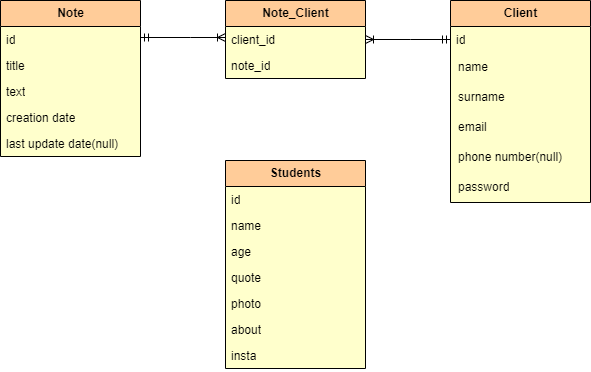
The draw.io diagram docs/Database_er_model.png in VitaBrrevis/NodeJs-4sem, before a commit. Source tidied: cells renumbered, new cells last; positions are measured from the earlier drawing's top-left corner, leaving out a move shared by most shapes. Source of this version:
```xml
<mxGraphModel>
  <root>
    <mxCell id="0" />
    <mxCell id="1" parent="0" />
    <mxCell id="2" style="edgeStyle=orthogonalEdgeStyle;rounded=0;jettySize=auto;html=1;endArrow=ERoneToMany;endFill=0;startArrow=ERmandOne;startFill=0;" parent="1" edge="1" source="3" target="16">
      <mxGeometry relative="1" as="geometry">
        <Array as="points">
          <mxPoint x="410" y="39" />
          <mxPoint x="410" y="39" />
        </Array>
      </mxGeometry>
    </mxCell>
    <mxCell id="3" value="Client" style="swimlane;fontStyle=1;horizontal=1;startSize=26;fillColor=#FFCC99;html=1;gradientColor=none;swimlaneFillColor=#FFFFCC;" parent="1" vertex="1">
      <mxGeometry x="450" width="140" height="202" as="geometry" />
    </mxCell>
    <mxCell id="4" value="id" style="text;strokeColor=none;fillColor=none;align=left;verticalAlign=top;spacingLeft=4;spacingRight=4;overflow=hidden;whiteSpace=wrap;html=1;" parent="3" vertex="1">
      <mxGeometry y="26" width="140" height="26" as="geometry" />
    </mxCell>
    <mxCell id="5" value="name" style="shape=partialRectangle;fillColor=none;top=0;left=0;bottom=0;right=0;align=left;spacingLeft=6;overflow=hidden;whiteSpace=wrap;html=1;" parent="3" vertex="1">
      <mxGeometry y="52" width="140" height="30" as="geometry" />
    </mxCell>
    <mxCell id="6" value="surname" style="shape=partialRectangle;fillColor=none;top=0;left=0;bottom=0;right=0;align=left;spacingLeft=6;overflow=hidden;whiteSpace=wrap;html=1;" parent="3" vertex="1">
      <mxGeometry y="82" width="140" height="30" as="geometry" />
    </mxCell>
    <mxCell id="7" value="email" style="shape=partialRectangle;fillColor=none;top=0;left=0;bottom=0;right=0;align=left;spacingLeft=6;overflow=hidden;whiteSpace=wrap;html=1;" parent="3" vertex="1">
      <mxGeometry y="112" width="140" height="30" as="geometry" />
    </mxCell>
    <mxCell id="8" value="phone number(null)" style="shape=partialRectangle;fillColor=none;top=0;left=0;bottom=0;right=0;align=left;spacingLeft=6;overflow=hidden;whiteSpace=wrap;html=1;" parent="3" vertex="1">
      <mxGeometry y="142" width="140" height="30" as="geometry" />
    </mxCell>
    <mxCell id="9" value="password" style="shape=partialRectangle;fillColor=none;top=0;left=0;bottom=0;right=0;align=left;spacingLeft=6;overflow=hidden;whiteSpace=wrap;html=1;" parent="3" vertex="1">
      <mxGeometry y="172" width="140" height="30" as="geometry" />
    </mxCell>
    <mxCell id="10" value="Note" style="swimlane;fontStyle=1;horizontal=1;startSize=26;fillColor=#FFCC99;html=1;gradientColor=none;swimlaneFillColor=#FFFFCC;" parent="1" vertex="1">
      <mxGeometry width="140" height="156" as="geometry" />
    </mxCell>
    <mxCell id="11" value="id" style="text;strokeColor=none;fillColor=none;align=left;verticalAlign=top;spacingLeft=4;spacingRight=4;overflow=hidden;whiteSpace=wrap;html=1;" parent="10" vertex="1">
      <mxGeometry y="26" width="140" height="26" as="geometry" />
    </mxCell>
    <mxCell id="12" value="title" style="text;strokeColor=none;fillColor=none;align=left;verticalAlign=top;spacingLeft=4;spacingRight=4;overflow=hidden;whiteSpace=wrap;html=1;" parent="10" vertex="1">
      <mxGeometry y="52" width="140" height="26" as="geometry" />
    </mxCell>
    <mxCell id="13" value="text" style="text;strokeColor=none;fillColor=none;align=left;verticalAlign=top;spacingLeft=4;spacingRight=4;overflow=hidden;whiteSpace=wrap;html=1;" parent="10" vertex="1">
      <mxGeometry y="78" width="140" height="26" as="geometry" />
    </mxCell>
    <mxCell id="14" value="creation date" style="text;strokeColor=none;fillColor=none;align=left;verticalAlign=top;spacingLeft=4;spacingRight=4;overflow=hidden;whiteSpace=wrap;html=1;" parent="10" vertex="1">
      <mxGeometry y="104" width="140" height="26" as="geometry" />
    </mxCell>
    <mxCell id="15" value="last update date(null)" style="text;strokeColor=none;fillColor=none;align=left;verticalAlign=top;spacingLeft=4;spacingRight=4;overflow=hidden;whiteSpace=wrap;html=1;" parent="10" vertex="1">
      <mxGeometry y="130" width="140" height="26" as="geometry" />
    </mxCell>
    <mxCell id="16" value="Note_Client" style="swimlane;fontStyle=1;horizontal=1;startSize=26;fillColor=#FFCC99;html=1;gradientColor=none;swimlaneFillColor=#FFFFCC;" parent="1" vertex="1">
      <mxGeometry x="225" width="140" height="78" as="geometry" />
    </mxCell>
    <mxCell id="17" value="client_id" style="text;strokeColor=none;fillColor=none;align=left;verticalAlign=top;spacingLeft=4;spacingRight=4;overflow=hidden;whiteSpace=wrap;html=1;" parent="16" vertex="1">
      <mxGeometry y="26" width="140" height="26" as="geometry" />
    </mxCell>
    <mxCell id="18" value="note_id" style="text;strokeColor=none;fillColor=none;align=left;verticalAlign=top;spacingLeft=4;spacingRight=4;overflow=hidden;whiteSpace=wrap;html=1;" parent="16" vertex="1">
      <mxGeometry y="52" width="140" height="26" as="geometry" />
    </mxCell>
    <mxCell id="19" style="edgeStyle=orthogonalEdgeStyle;rounded=0;jettySize=auto;html=1;endArrow=ERoneToMany;endFill=0;startArrow=ERmandOne;startFill=0;" parent="1" edge="1" source="10" target="16">
      <mxGeometry relative="1" as="geometry">
        <Array as="points">
          <mxPoint x="190" y="37" />
          <mxPoint x="190" y="37" />
        </Array>
      </mxGeometry>
    </mxCell>
    <mxCell id="20" value="Students" style="swimlane;fontStyle=1;horizontal=1;startSize=26;fillColor=#FFCC99;html=1;gradientColor=none;swimlaneFillColor=#FFFFCC;" parent="1" vertex="1">
      <mxGeometry x="225" y="160" width="140" height="208" as="geometry" />
    </mxCell>
    <mxCell id="21" value="id" style="text;strokeColor=none;fillColor=none;align=left;verticalAlign=top;spacingLeft=4;spacingRight=4;overflow=hidden;whiteSpace=wrap;html=1;" parent="20" vertex="1">
      <mxGeometry y="26" width="140" height="26" as="geometry" />
    </mxCell>
    <mxCell id="22" value="name" style="text;strokeColor=none;fillColor=none;align=left;verticalAlign=top;spacingLeft=4;spacingRight=4;overflow=hidden;whiteSpace=wrap;html=1;" parent="20" vertex="1">
      <mxGeometry y="52" width="140" height="26" as="geometry" />
    </mxCell>
    <mxCell id="23" value="age" style="text;strokeColor=none;fillColor=none;align=left;verticalAlign=top;spacingLeft=4;spacingRight=4;overflow=hidden;whiteSpace=wrap;html=1;" parent="20" vertex="1">
      <mxGeometry y="78" width="140" height="26" as="geometry" />
    </mxCell>
    <mxCell id="24" value="quote" style="text;strokeColor=none;fillColor=none;align=left;verticalAlign=top;spacingLeft=4;spacingRight=4;overflow=hidden;whiteSpace=wrap;html=1;" parent="20" vertex="1">
      <mxGeometry y="104" width="140" height="26" as="geometry" />
    </mxCell>
    <mxCell id="25" value="photo" style="text;strokeColor=none;fillColor=none;align=left;verticalAlign=top;spacingLeft=4;spacingRight=4;overflow=hidden;whiteSpace=wrap;html=1;" parent="20" vertex="1">
      <mxGeometry y="130" width="140" height="26" as="geometry" />
    </mxCell>
    <mxCell id="26" value="about" style="text;strokeColor=none;fillColor=none;align=left;verticalAlign=top;spacingLeft=4;spacingRight=4;overflow=hidden;whiteSpace=wrap;html=1;" parent="20" vertex="1">
      <mxGeometry y="156" width="140" height="26" as="geometry" />
    </mxCell>
    <mxCell id="27" value="insta" style="text;strokeColor=none;fillColor=none;align=left;verticalAlign=top;spacingLeft=4;spacingRight=4;overflow=hidden;whiteSpace=wrap;html=1;" parent="20" vertex="1">
      <mxGeometry y="182" width="140" height="26" as="geometry" />
    </mxCell>
  </root>
</mxGraphModel>
```
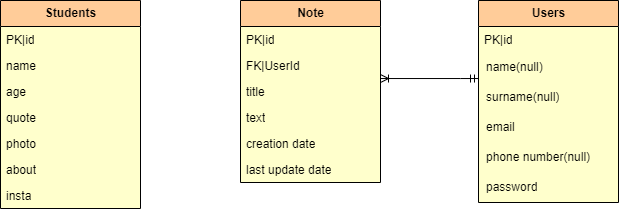
After the commit.

Commit message:
ORM implemented. Database connected.

What changed in the source:
```diff
@@ -2,24 +2,24 @@
   <root>
     <mxCell id="0" />
     <mxCell id="1" parent="0" />
-    <mxCell id="2" style="edgeStyle=orthogonalEdgeStyle;rounded=0;jettySize=auto;html=1;endArrow=ERoneToMany;endFill=0;startArrow=ERmandOne;startFill=0;" parent="1" edge="1" source="3" target="16">
+    <mxCell id="2" style="edgeStyle=orthogonalEdgeStyle;rounded=0;jettySize=auto;html=1;endArrow=ERoneToMany;endFill=0;startArrow=ERmandOne;startFill=0;" parent="1" edge="1" source="3" target="10">
       <mxGeometry relative="1" as="geometry">
         <Array as="points">
-          <mxPoint x="410" y="39" />
-          <mxPoint x="410" y="39" />
+          <mxPoint x="432" y="101" />
+          <mxPoint x="432" y="101" />
         </Array>
       </mxGeometry>
     </mxCell>
-    <mxCell id="3" value="Client" style="swimlane;fontStyle=1;horizontal=1;startSize=26;fillColor=#FFCC99;html=1;gradientColor=none;swimlaneFillColor=#FFFFCC;" parent="1" vertex="1">
-      <mxGeometry x="450" width="140" height="202" as="geometry" />
+    <mxCell id="3" value="Users" style="swimlane;fontStyle=1;horizontal=1;startSize=26;fillColor=#FFCC99;html=1;gradientColor=none;swimlaneFillColor=#FFFFCC;" parent="1" vertex="1">
+      <mxGeometry x="450" y="23" width="140" height="202" as="geometry" />
     </mxCell>
-    <mxCell id="4" value="id" style="text;strokeColor=none;fillColor=none;align=left;verticalAlign=top;spacingLeft=4;spacingRight=4;overflow=hidden;whiteSpace=wrap;html=1;" parent="3" vertex="1">
+    <mxCell id="4" value="PK|id" style="text;strokeColor=none;fillColor=none;align=left;verticalAlign=top;spacingLeft=4;spacingRight=4;overflow=hidden;whiteSpace=wrap;html=1;" parent="3" vertex="1">
       <mxGeometry y="26" width="140" height="26" as="geometry" />
     </mxCell>
-    <mxCell id="5" value="name" style="shape=partialRectangle;fillColor=none;top=0;left=0;bottom=0;right=0;align=left;spacingLeft=6;overflow=hidden;whiteSpace=wrap;html=1;" parent="3" vertex="1">
+    <mxCell id="5" value="name(null)" style="shape=partialRectangle;fillColor=none;top=0;left=0;bottom=0;right=0;align=left;spacingLeft=6;overflow=hidden;whiteSpace=wrap;html=1;" parent="3" vertex="1">
       <mxGeometry y="52" width="140" height="30" as="geometry" />
     </mxCell>
-    <mxCell id="6" value="surname" style="shape=partialRectangle;fillColor=none;top=0;left=0;bottom=0;right=0;align=left;spacingLeft=6;overflow=hidden;whiteSpace=wrap;html=1;" parent="3" vertex="1">
+    <mxCell id="6" value="surname(null)" style="shape=partialRectangle;fillColor=none;top=0;left=0;bottom=0;right=0;align=left;spacingLeft=6;overflow=hidden;whiteSpace=wrap;html=1;" parent="3" vertex="1">
       <mxGeometry y="82" width="140" height="30" as="geometry" />
     </mxCell>
     <mxCell id="7" value="email" style="shape=partialRectangle;fillColor=none;top=0;left=0;bottom=0;right=0;align=left;spacingLeft=6;overflow=hidden;whiteSpace=wrap;html=1;" parent="3" vertex="1">
@@ -32,44 +32,30 @@
       <mxGeometry y="172" width="140" height="30" as="geometry" />
     </mxCell>
     <mxCell id="10" value="Note" style="swimlane;fontStyle=1;horizontal=1;startSize=26;fillColor=#FFCC99;html=1;gradientColor=none;swimlaneFillColor=#FFFFCC;" parent="1" vertex="1">
-      <mxGeometry width="140" height="156" as="geometry" />
+      <mxGeometry x="212" y="23" width="140" height="182" as="geometry" />
     </mxCell>
-    <mxCell id="11" value="id" style="text;strokeColor=none;fillColor=none;align=left;verticalAlign=top;spacingLeft=4;spacingRight=4;overflow=hidden;whiteSpace=wrap;html=1;" parent="10" vertex="1">
+    <mxCell id="11" value="PK|id" style="text;strokeColor=none;fillColor=none;align=left;verticalAlign=top;spacingLeft=4;spacingRight=4;overflow=hidden;whiteSpace=wrap;html=1;" parent="10" vertex="1">
       <mxGeometry y="26" width="140" height="26" as="geometry" />
     </mxCell>
+    <mxCell id="28" value="FK|UserId" style="text;strokeColor=none;fillColor=none;align=left;verticalAlign=top;spacingLeft=4;spacingRight=4;overflow=hidden;whiteSpace=wrap;html=1;" parent="10" vertex="1">
+      <mxGeometry y="52" width="140" height="26" as="geometry" />
+    </mxCell>
     <mxCell id="12" value="title" style="text;strokeColor=none;fillColor=none;align=left;verticalAlign=top;spacingLeft=4;spacingRight=4;overflow=hidden;whiteSpace=wrap;html=1;" parent="10" vertex="1">
-      <mxGeometry y="52" width="140" height="26" as="geometry" />
+      <mxGeometry y="78" width="140" height="26" as="geometry" />
     </mxCell>
     <mxCell id="13" value="text" style="text;strokeColor=none;fillColor=none;align=left;verticalAlign=top;spacingLeft=4;spacingRight=4;overflow=hidden;whiteSpace=wrap;html=1;" parent="10" vertex="1">
-      <mxGeometry y="78" width="140" height="26" as="geometry" />
+      <mxGeometry y="104" width="140" height="26" as="geometry" />
     </mxCell>
     <mxCell id="14" value="creation date" style="text;strokeColor=none;fillColor=none;align=left;verticalAlign=top;spacingLeft=4;spacingRight=4;overflow=hidden;whiteSpace=wrap;html=1;" parent="10" vertex="1">
-      <mxGeometry y="104" width="140" height="26" as="geometry" />
+      <mxGeometry y="130" width="140" height="26" as="geometry" />
     </mxCell>
-    <mxCell id="15" value="last update date(null)" style="text;strokeColor=none;fillColor=none;align=left;verticalAlign=top;spacingLeft=4;spacingRight=4;overflow=hidden;whiteSpace=wrap;html=1;" parent="10" vertex="1">
-      <mxGeometry y="130" width="140" height="26" as="geometry" />
+    <mxCell id="15" value="last update date" style="text;strokeColor=none;fillColor=none;align=left;verticalAlign=top;spacingLeft=4;spacingRight=4;overflow=hidden;whiteSpace=wrap;html=1;" parent="10" vertex="1">
+      <mxGeometry y="156" width="140" height="26" as="geometry" />
     </mxCell>
-    <mxCell id="16" value="Note_Client" style="swimlane;fontStyle=1;horizontal=1;startSize=26;fillColor=#FFCC99;html=1;gradientColor=none;swimlaneFillColor=#FFFFCC;" parent="1" vertex="1">
-      <mxGeometry x="225" width="140" height="78" as="geometry" />
-    </mxCell>
-    <mxCell id="17" value="client_id" style="text;strokeColor=none;fillColor=none;align=left;verticalAlign=top;spacingLeft=4;spacingRight=4;overflow=hidden;whiteSpace=wrap;html=1;" parent="16" vertex="1">
-      <mxGeometry y="26" width="140" height="26" as="geometry" />
-    </mxCell>
-    <mxCell id="18" value="note_id" style="text;strokeColor=none;fillColor=none;align=left;verticalAlign=top;spacingLeft=4;spacingRight=4;overflow=hidden;whiteSpace=wrap;html=1;" parent="16" vertex="1">
-      <mxGeometry y="52" width="140" height="26" as="geometry" />
-    </mxCell>
-    <mxCell id="19" style="edgeStyle=orthogonalEdgeStyle;rounded=0;jettySize=auto;html=1;endArrow=ERoneToMany;endFill=0;startArrow=ERmandOne;startFill=0;" parent="1" edge="1" source="10" target="16">
-      <mxGeometry relative="1" as="geometry">
-        <Array as="points">
-          <mxPoint x="190" y="37" />
-          <mxPoint x="190" y="37" />
-        </Array>
-      </mxGeometry>
-    </mxCell>
     <mxCell id="20" value="Students" style="swimlane;fontStyle=1;horizontal=1;startSize=26;fillColor=#FFCC99;html=1;gradientColor=none;swimlaneFillColor=#FFFFCC;" parent="1" vertex="1">
-      <mxGeometry x="225" y="160" width="140" height="208" as="geometry" />
+      <mxGeometry x="-28" y="23" width="140" height="208" as="geometry" />
     </mxCell>
-    <mxCell id="21" value="id" style="text;strokeColor=none;fillColor=none;align=left;verticalAlign=top;spacingLeft=4;spacingRight=4;overflow=hidden;whiteSpace=wrap;html=1;" parent="20" vertex="1">
+    <mxCell id="21" value="PK|id" style="text;strokeColor=none;fillColor=none;align=left;verticalAlign=top;spacingLeft=4;spacingRight=4;overflow=hidden;whiteSpace=wrap;html=1;" parent="20" vertex="1">
       <mxGeometry y="26" width="140" height="26" as="geometry" />
     </mxCell>
     <mxCell id="22" value="name" style="text;strokeColor=none;fillColor=none;align=left;verticalAlign=top;spacingLeft=4;spacingRight=4;overflow=hidden;whiteSpace=wrap;html=1;" parent="20" vertex="1">
```
